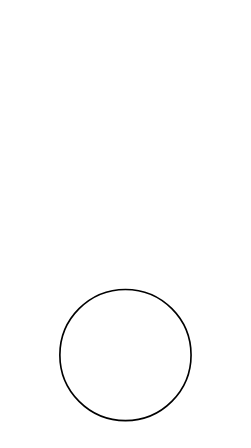
The draw.io diagram 1.óra/Untitled Diagram.drawio in RobiiHUN/info-erettsegi, before the edit. Source tidied: cells renumbered, new cells numbered last; positions are measured from the earlier drawing's top-left corner, leaving out a move shared by most shapes. Both pictures are drawn from the tidied source at 164%, with x=0, y=0 at pixel (59, 289).
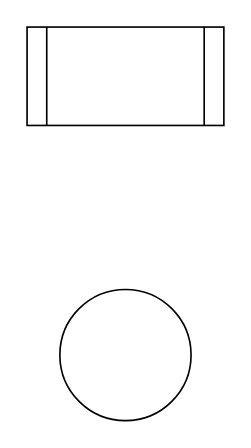
Above is the later version.

What changed in the source:
```diff
@@
 <mxGraphModel>
   <root>
     <mxCell id="0" />
     <mxCell id="1" parent="0" />
     <mxCell id="2" style="ellipse;whiteSpace=wrap;html=1;" parent="1" vertex="1">
       <mxGeometry width="80" height="80" as="geometry" />
     </mxCell>
+    <mxCell id="3" style="shape=process;whiteSpace=wrap;html=1;backgroundOutline=1;" parent="1" vertex="1">
+      <mxGeometry x="-20" y="-160" width="120" height="60" as="geometry" />
+    </mxCell>
   </root>
 </mxGraphModel>
```
